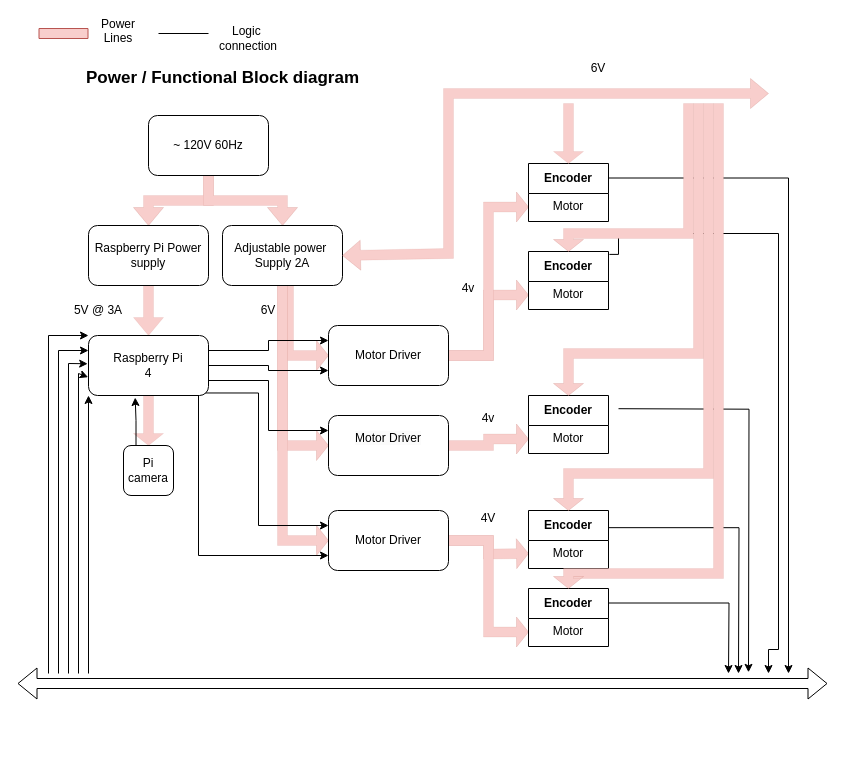
This is power_functional_block_diagram.drawio from Kjshinde/omnidirectional-sorting-platform, a draw.io file, before an edit. Source tidied: cells renumbered, new cells numbered last; positions are measured from the earlier drawing's top-left corner, leaving out a move shared by most shapes. Both pictures are drawn from the tidied source at 100%, with x=0, y=0 at pixel (17, 23).
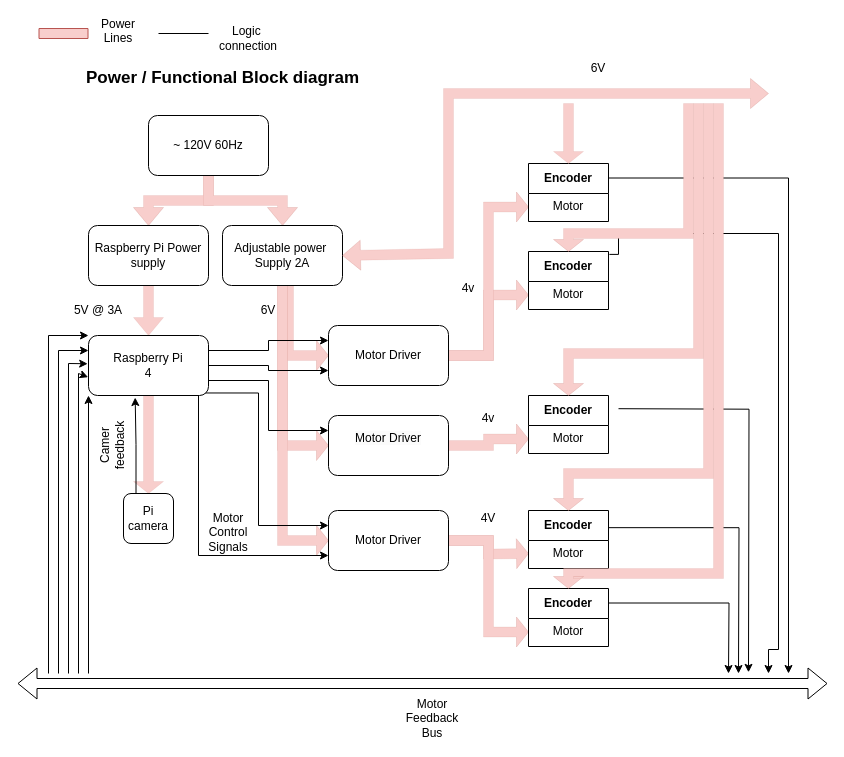
Above is the later version.

Commit message (it also covers changes not shown here):
Added svg file for block diagram, edited block diagram

Change to the diagram source:
```diff
@@
     <mxCell id="27" value="Pi&lt;div&gt;camera&lt;/div&gt;" style="rounded=1;whiteSpace=wrap;html=1;" parent="1" vertex="1">
-      <mxGeometry x="106" y="422" width="50" height="50" as="geometry" />
+      <mxGeometry x="106" y="470" width="50" height="50" as="geometry" />
     </mxCell>
@@
+    <mxCell id="66" value="Motor Control Signals&lt;div&gt;&lt;br&gt;&lt;/div&gt;" style="text;html=1;align=center;verticalAlign=middle;whiteSpace=wrap;rounded=0;" parent="1" vertex="1">
+      <mxGeometry x="181" y="501" width="60" height="30" as="geometry" />
+    </mxCell>
+    <mxCell id="67" value="Motor Feedback&lt;div&gt;Bus&lt;/div&gt;" style="text;html=1;align=center;verticalAlign=middle;whiteSpace=wrap;rounded=0;" parent="1" vertex="1">
+      <mxGeometry x="385" y="680" width="60" height="30" as="geometry" />
+    </mxCell>
+    <mxCell id="68" value="Camer feedback" style="text;html=1;align=center;verticalAlign=middle;whiteSpace=wrap;rounded=0;rotation=-90;" parent="1" vertex="1">
+      <mxGeometry x="65" y="407" width="60" height="30" as="geometry" />
+    </mxCell>
```
